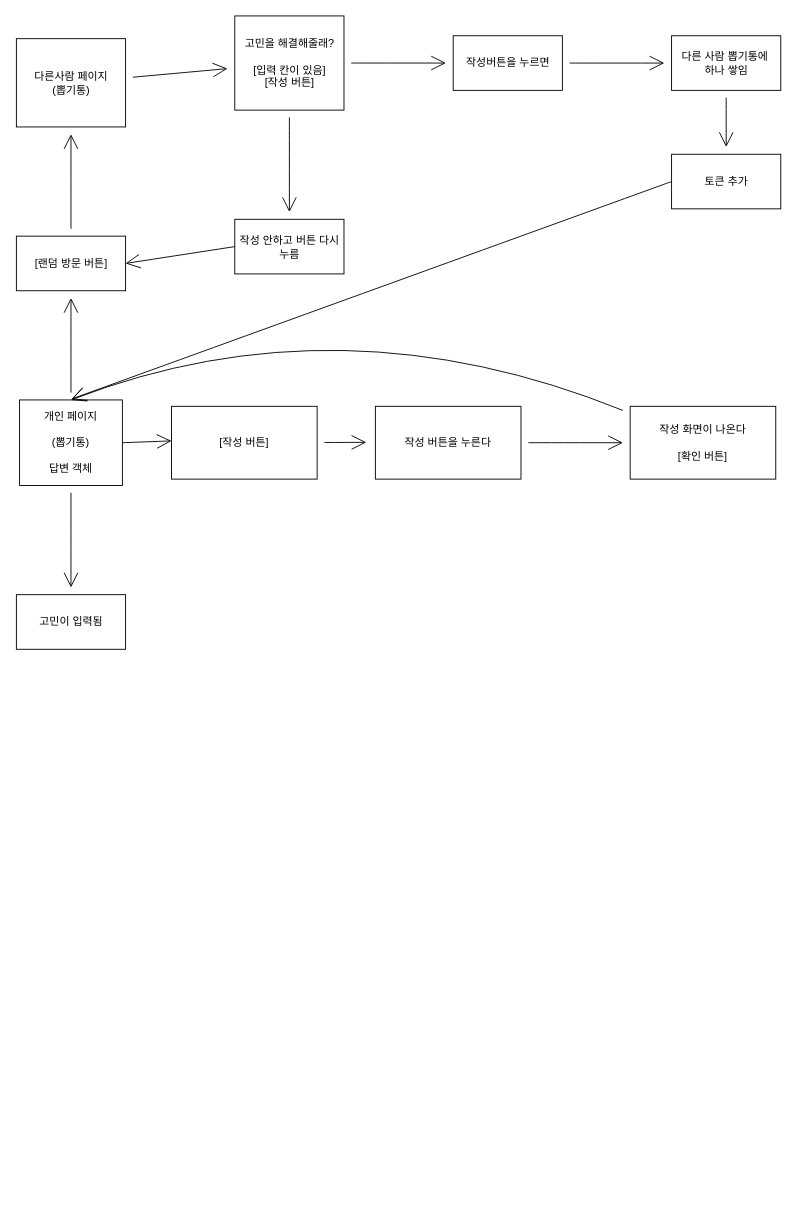
This is Untitled Diagram.drawio from SeolYoungKim/my_first_web_site, a draw.io file, before an edit. Source tidied: cells renumbered, new cells numbered last; positions are measured from the earlier drawing's top-left corner, leaving out a move shared by most shapes. Both pictures are drawn from the tidied source at 91%, with x=0, y=0 at pixel (15, 15).
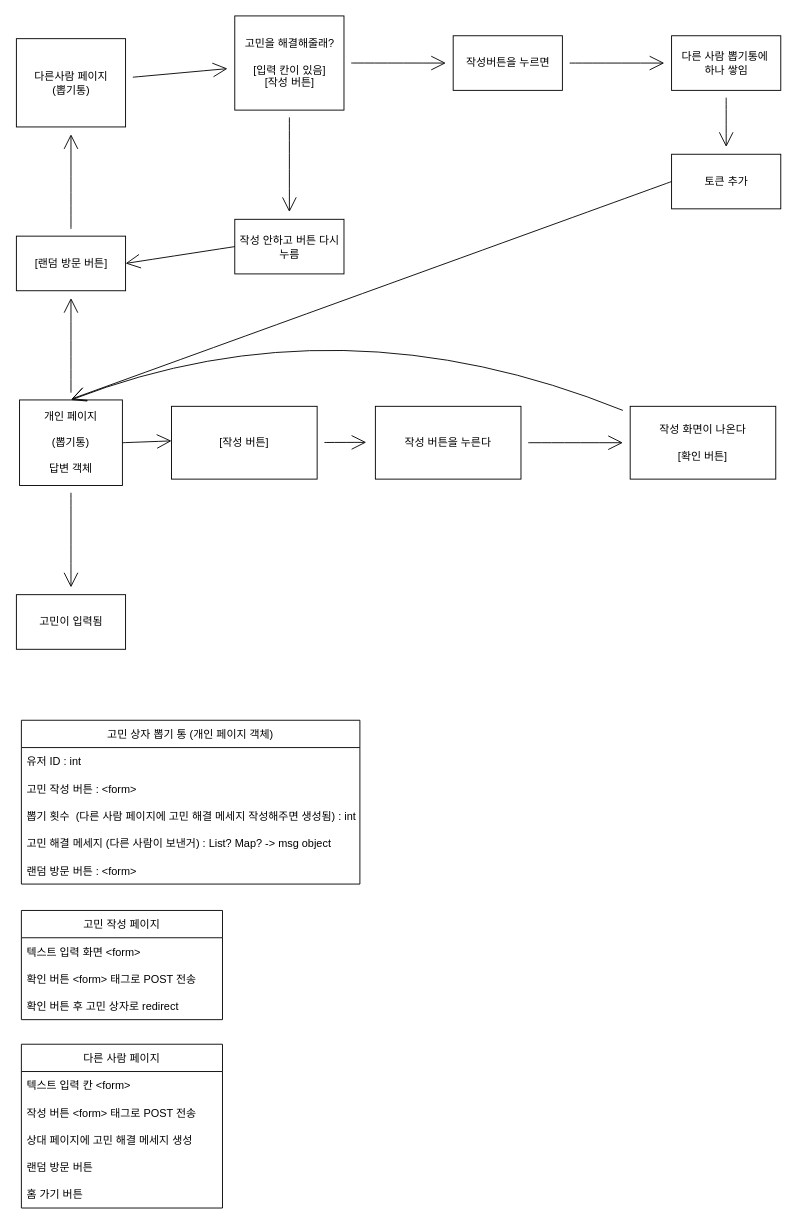
The same page after the edit.

What changed in the source:
```diff
@@
+    <mxCell id="28" value="고민 상자 뽑기 통 (개인 페이지 객체)" style="swimlane;fontStyle=0;horizontal=1;startSize=30;hachureGap=4;" parent="1" vertex="1">
+      <mxGeometry x="6" y="774" width="372" height="180" as="geometry" />
+    </mxCell>
+    <mxCell id="29" value="유저 ID : int" style="text;strokeColor=none;fillColor=none;align=left;verticalAlign=middle;spacingLeft=4;spacingRight=4;overflow=hidden;hachureGap=4;" parent="28" vertex="1">
+      <mxGeometry y="30" width="372" height="30" as="geometry" />
+    </mxCell>
+    <mxCell id="30" value="고민 작성 버튼 : &lt;form&gt;" style="text;strokeColor=none;fillColor=none;align=left;verticalAlign=middle;spacingLeft=4;spacingRight=4;overflow=hidden;hachureGap=4;" parent="28" vertex="1">
+      <mxGeometry y="60" width="372" height="30" as="geometry" />
+    </mxCell>
+    <mxCell id="31" value="뽑기 횟수  (다른 사람 페이지에 고민 해결 메세지 작성해주면 생성됨) : int" style="text;strokeColor=none;fillColor=none;align=left;verticalAlign=middle;spacingLeft=4;spacingRight=4;overflow=hidden;hachureGap=4;" parent="28" vertex="1">
+      <mxGeometry y="90" width="372" height="30" as="geometry" />
+    </mxCell>
+    <mxCell id="32" value="고민 해결 메세지 (다른 사람이 보낸거) : List? Map? -&gt; msg object " style="text;strokeColor=none;fillColor=none;align=left;verticalAlign=middle;spacingLeft=4;spacingRight=4;overflow=hidden;hachureGap=4;" parent="28" vertex="1">
+      <mxGeometry y="120" width="372" height="30" as="geometry" />
+    </mxCell>
+    <mxCell id="33" value="랜덤 방문 버튼 : &lt;form&gt;" style="text;strokeColor=none;fillColor=none;align=left;verticalAlign=middle;spacingLeft=4;spacingRight=4;overflow=hidden;hachureGap=4;" parent="28" vertex="1">
+      <mxGeometry y="150" width="372" height="30" as="geometry" />
+    </mxCell>
+    <mxCell id="34" value="고민 작성 페이지" style="swimlane;fontStyle=0;horizontal=1;startSize=30;hachureGap=4;" parent="1" vertex="1">
+      <mxGeometry x="6" y="983" width="221" height="120" as="geometry" />
+    </mxCell>
+    <mxCell id="35" value="텍스트 입력 화면 &lt;form&gt;    " style="text;strokeColor=none;fillColor=none;align=left;verticalAlign=middle;spacingLeft=4;spacingRight=4;overflow=hidden;hachureGap=4;" parent="34" vertex="1">
+      <mxGeometry y="30" width="221" height="30" as="geometry" />
+    </mxCell>
+    <mxCell id="36" value="확인 버튼 &lt;form&gt; 태그로 POST 전송" style="text;strokeColor=none;fillColor=none;align=left;verticalAlign=middle;spacingLeft=4;spacingRight=4;overflow=hidden;hachureGap=4;" parent="34" vertex="1">
+      <mxGeometry y="60" width="221" height="30" as="geometry" />
+    </mxCell>
+    <mxCell id="37" value="확인 버튼 후 고민 상자로 redirect" style="text;strokeColor=none;fillColor=none;align=left;verticalAlign=middle;spacingLeft=4;spacingRight=4;overflow=hidden;hachureGap=4;" parent="34" vertex="1">
+      <mxGeometry y="90" width="221" height="30" as="geometry" />
+    </mxCell>
+    <mxCell id="38" value="다른 사람 페이지" style="swimlane;fontStyle=0;horizontal=1;startSize=30;hachureGap=4;" parent="1" vertex="1">
+      <mxGeometry x="6" y="1130" width="221" height="180" as="geometry" />
+    </mxCell>
+    <mxCell id="39" value="텍스트 입력 칸 &lt;form&gt;" style="text;strokeColor=none;fillColor=none;align=left;verticalAlign=middle;spacingLeft=4;spacingRight=4;overflow=hidden;hachureGap=4;" parent="38" vertex="1">
+      <mxGeometry y="30" width="221" height="30" as="geometry" />
+    </mxCell>
+    <mxCell id="40" value="작성 버튼 &lt;form&gt; 태그로 POST 전송" style="text;strokeColor=none;fillColor=none;align=left;verticalAlign=middle;spacingLeft=4;spacingRight=4;overflow=hidden;hachureGap=4;" parent="38" vertex="1">
+      <mxGeometry y="60" width="221" height="30" as="geometry" />
+    </mxCell>
+    <mxCell id="41" value="상대 페이지에 고민 해결 메세지 생성" style="text;strokeColor=none;fillColor=none;align=left;verticalAlign=middle;spacingLeft=4;spacingRight=4;overflow=hidden;hachureGap=4;" parent="38" vertex="1">
+      <mxGeometry y="90" width="221" height="30" as="geometry" />
+    </mxCell>
+    <mxCell id="42" value="랜덤 방문 버튼    " style="text;strokeColor=none;fillColor=none;align=left;verticalAlign=middle;spacingLeft=4;spacingRight=4;overflow=hidden;hachureGap=4;" parent="38" vertex="1">
+      <mxGeometry y="120" width="221" height="30" as="geometry" />
+    </mxCell>
+    <mxCell id="43" value="홈 가기 버튼" style="text;strokeColor=none;fillColor=none;align=left;verticalAlign=middle;spacingLeft=4;spacingRight=4;overflow=hidden;hachureGap=4;" parent="38" vertex="1">
+      <mxGeometry y="150" width="221" height="30" as="geometry" />
+    </mxCell>
```
